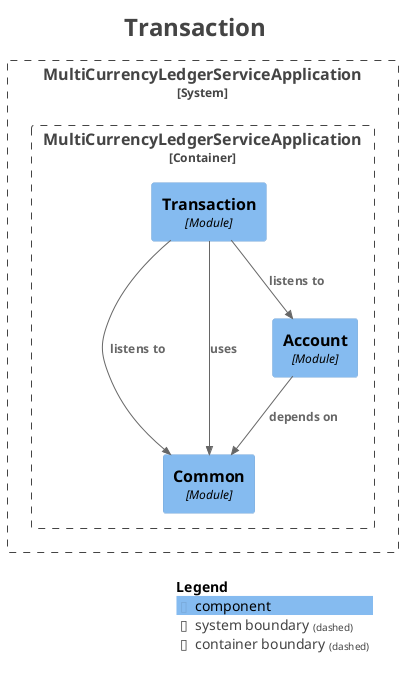
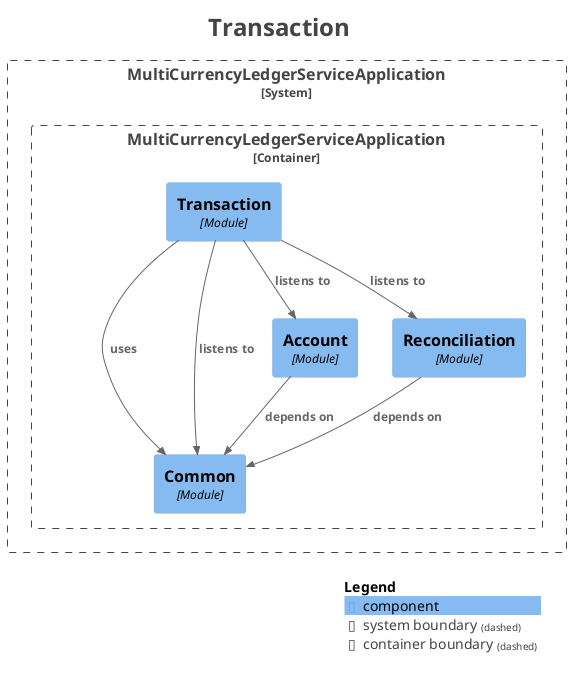
@startuml
title <size:24>Transaction</size>

set separator none
top to bottom direction

<style>
  root {
    BackgroundColor: #ffffff
    FontColor: #444444
  }
</style>

!include <C4/C4>
!include <C4/C4_Context>
!include <C4/C4_Component>

System_Boundary("MultiCurrencyLedgerServiceApplication_boundary", "MultiCurrencyLedgerServiceApplication", $tags="") {
  Container_Boundary("MultiCurrencyLedgerServiceApplication.MultiCurrencyLedgerServiceApplication_boundary", "MultiCurrencyLedgerServiceApplication", $tags="") {
    Component(MultiCurrencyLedgerServiceApplication.MultiCurrencyLedgerServiceApplication.Common, "Common", $techn="Module", $descr="", $tags="", $link="")
    Component(MultiCurrencyLedgerServiceApplication.MultiCurrencyLedgerServiceApplication.Account, "Account", $techn="Module", $descr="", $tags="", $link="")
+     Component(MultiCurrencyLedgerServiceApplication.MultiCurrencyLedgerServiceApplication.Reconciliation, "Reconciliation", $techn="Module", $descr="", $tags="", $link="")
    Component(MultiCurrencyLedgerServiceApplication.MultiCurrencyLedgerServiceApplication.Transaction, "Transaction", $techn="Module", $descr="", $tags="", $link="")
  }

}

Rel(MultiCurrencyLedgerServiceApplication.MultiCurrencyLedgerServiceApplication.Transaction, MultiCurrencyLedgerServiceApplication.MultiCurrencyLedgerServiceApplication.Account, "listens to", $techn="", $tags="", $link="")
+ Rel(MultiCurrencyLedgerServiceApplication.MultiCurrencyLedgerServiceApplication.Transaction, MultiCurrencyLedgerServiceApplication.MultiCurrencyLedgerServiceApplication.Reconciliation, "listens to", $techn="", $tags="", $link="")
+ Rel(MultiCurrencyLedgerServiceApplication.MultiCurrencyLedgerServiceApplication.Transaction, MultiCurrencyLedgerServiceApplication.MultiCurrencyLedgerServiceApplication.Common, "uses", $techn="", $tags="", $link="")
+ Rel(MultiCurrencyLedgerServiceApplication.MultiCurrencyLedgerServiceApplication.Reconciliation, MultiCurrencyLedgerServiceApplication.MultiCurrencyLedgerServiceApplication.Common, "depends on", $techn="", $tags="", $link="")
+ Rel(MultiCurrencyLedgerServiceApplication.MultiCurrencyLedgerServiceApplication.Account, MultiCurrencyLedgerServiceApplication.MultiCurrencyLedgerServiceApplication.Common, "depends on", $techn="", $tags="", $link="")
Rel(MultiCurrencyLedgerServiceApplication.MultiCurrencyLedgerServiceApplication.Transaction, MultiCurrencyLedgerServiceApplication.MultiCurrencyLedgerServiceApplication.Common, "listens to", $techn="", $tags="", $link="")
- Rel(MultiCurrencyLedgerServiceApplication.MultiCurrencyLedgerServiceApplication.Transaction, MultiCurrencyLedgerServiceApplication.MultiCurrencyLedgerServiceApplication.Common, "uses", $techn="", $tags="", $link="")
- Rel(MultiCurrencyLedgerServiceApplication.MultiCurrencyLedgerServiceApplication.Account, MultiCurrencyLedgerServiceApplication.MultiCurrencyLedgerServiceApplication.Common, "depends on", $techn="", $tags="", $link="")

SHOW_LEGEND(true)
hide stereotypes
@enduml